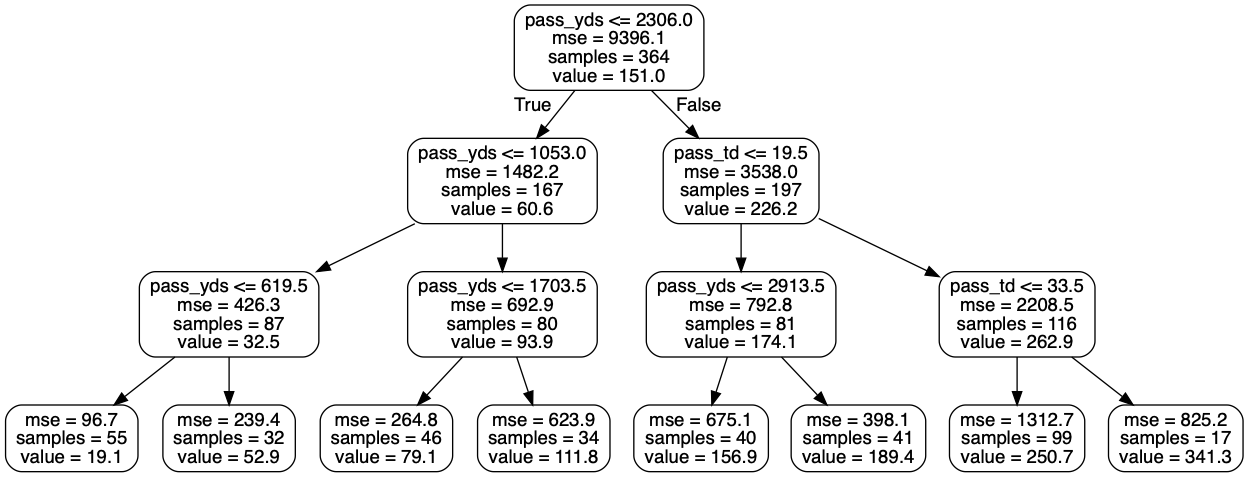
oldmanoldson/DataAnalytics keeps this Graphviz diagram as qb_small_tree.png. Above is the earlier version. Its source is kept beside it as qb_small_tree.dot.
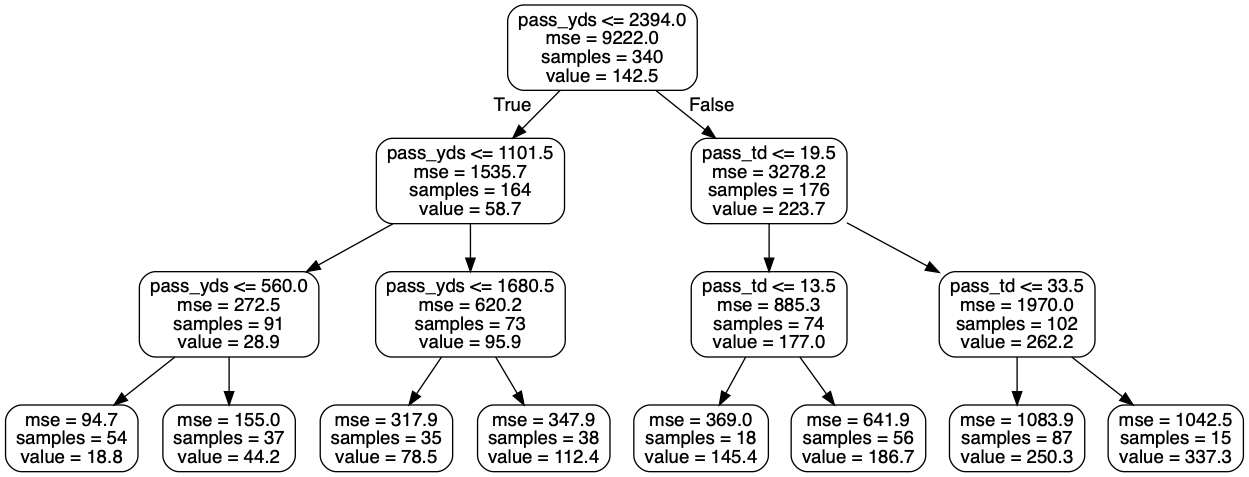
Later version of the same file.

Commit message:
updated png files and added a full decision tree for QB

Change to the diagram source:
```diff
@@ -1,33 +1,33 @@
 digraph Tree {
 node [shape=box, style="rounded", color="black", fontname=helvetica] ;
 edge [fontname=helvetica] ;
-0 [label="pass_yds <= 2306.0\nmse = 9396.1\nsamples = 364\nvalue = 151.0"] ;
-1 [label="pass_yds <= 1053.0\nmse = 1482.2\nsamples = 167\nvalue = 60.6"] ;
+0 [label="pass_yds <= 2394.0\nmse = 9222.0\nsamples = 340\nvalue = 142.5"] ;
+1 [label="pass_yds <= 1101.5\nmse = 1535.7\nsamples = 164\nvalue = 58.7"] ;
 0 -> 1 [labeldistance=2.5, labelangle=45, headlabel="True"] ;
-2 [label="pass_yds <= 619.5\nmse = 426.3\nsamples = 87\nvalue = 32.5"] ;
+2 [label="pass_yds <= 560.0\nmse = 272.5\nsamples = 91\nvalue = 28.9"] ;
 1 -> 2 ;
-3 [label="mse = 96.7\nsamples = 55\nvalue = 19.1"] ;
+3 [label="mse = 94.7\nsamples = 54\nvalue = 18.8"] ;
 2 -> 3 ;
-4 [label="mse = 239.4\nsamples = 32\nvalue = 52.9"] ;
+4 [label="mse = 155.0\nsamples = 37\nvalue = 44.2"] ;
 2 -> 4 ;
-5 [label="pass_yds <= 1703.5\nmse = 692.9\nsamples = 80\nvalue = 93.9"] ;
+5 [label="pass_yds <= 1680.5\nmse = 620.2\nsamples = 73\nvalue = 95.9"] ;
 1 -> 5 ;
-6 [label="mse = 264.8\nsamples = 46\nvalue = 79.1"] ;
+6 [label="mse = 317.9\nsamples = 35\nvalue = 78.5"] ;
 5 -> 6 ;
-7 [label="mse = 623.9\nsamples = 34\nvalue = 111.8"] ;
+7 [label="mse = 347.9\nsamples = 38\nvalue = 112.4"] ;
 5 -> 7 ;
-8 [label="pass_td <= 19.5\nmse = 3538.0\nsamples = 197\nvalue = 226.2"] ;
+8 [label="pass_td <= 19.5\nmse = 3278.2\nsamples = 176\nvalue = 223.7"] ;
 0 -> 8 [labeldistance=2.5, labelangle=-45, headlabel="False"] ;
-9 [label="pass_yds <= 2913.5\nmse = 792.8\nsamples = 81\nvalue = 174.1"] ;
+9 [label="pass_td <= 13.5\nmse = 885.3\nsamples = 74\nvalue = 177.0"] ;
 8 -> 9 ;
-10 [label="mse = 675.1\nsamples = 40\nvalue = 156.9"] ;
+10 [label="mse = 369.0\nsamples = 18\nvalue = 145.4"] ;
 9 -> 10 ;
-11 [label="mse = 398.1\nsamples = 41\nvalue = 189.4"] ;
+11 [label="mse = 641.9\nsamples = 56\nvalue = 186.7"] ;
 9 -> 11 ;
-12 [label="pass_td <= 33.5\nmse = 2208.5\nsamples = 116\nvalue = 262.9"] ;
+12 [label="pass_td <= 33.5\nmse = 1970.0\nsamples = 102\nvalue = 262.2"] ;
 8 -> 12 ;
-13 [label="mse = 1312.7\nsamples = 99\nvalue = 250.7"] ;
+13 [label="mse = 1083.9\nsamples = 87\nvalue = 250.3"] ;
 12 -> 13 ;
-14 [label="mse = 825.2\nsamples = 17\nvalue = 341.3"] ;
+14 [label="mse = 1042.5\nsamples = 15\nvalue = 337.3"] ;
 12 -> 14 ;
 }
```
